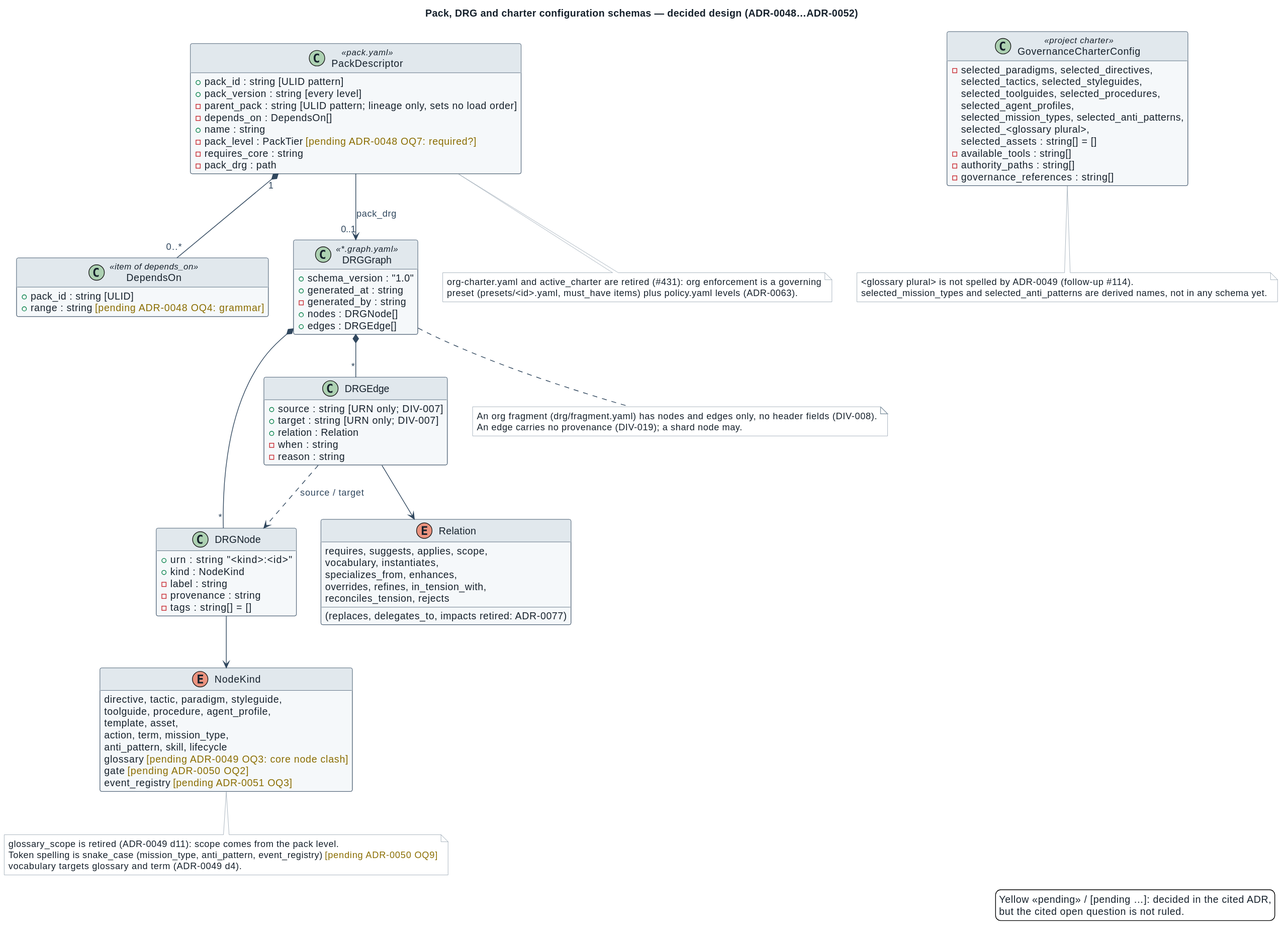
Earlier version of the PlantUML export docs/architecture/diagrams/descriptor-governance.svg (spec-kitty/spec-kitty-charter).
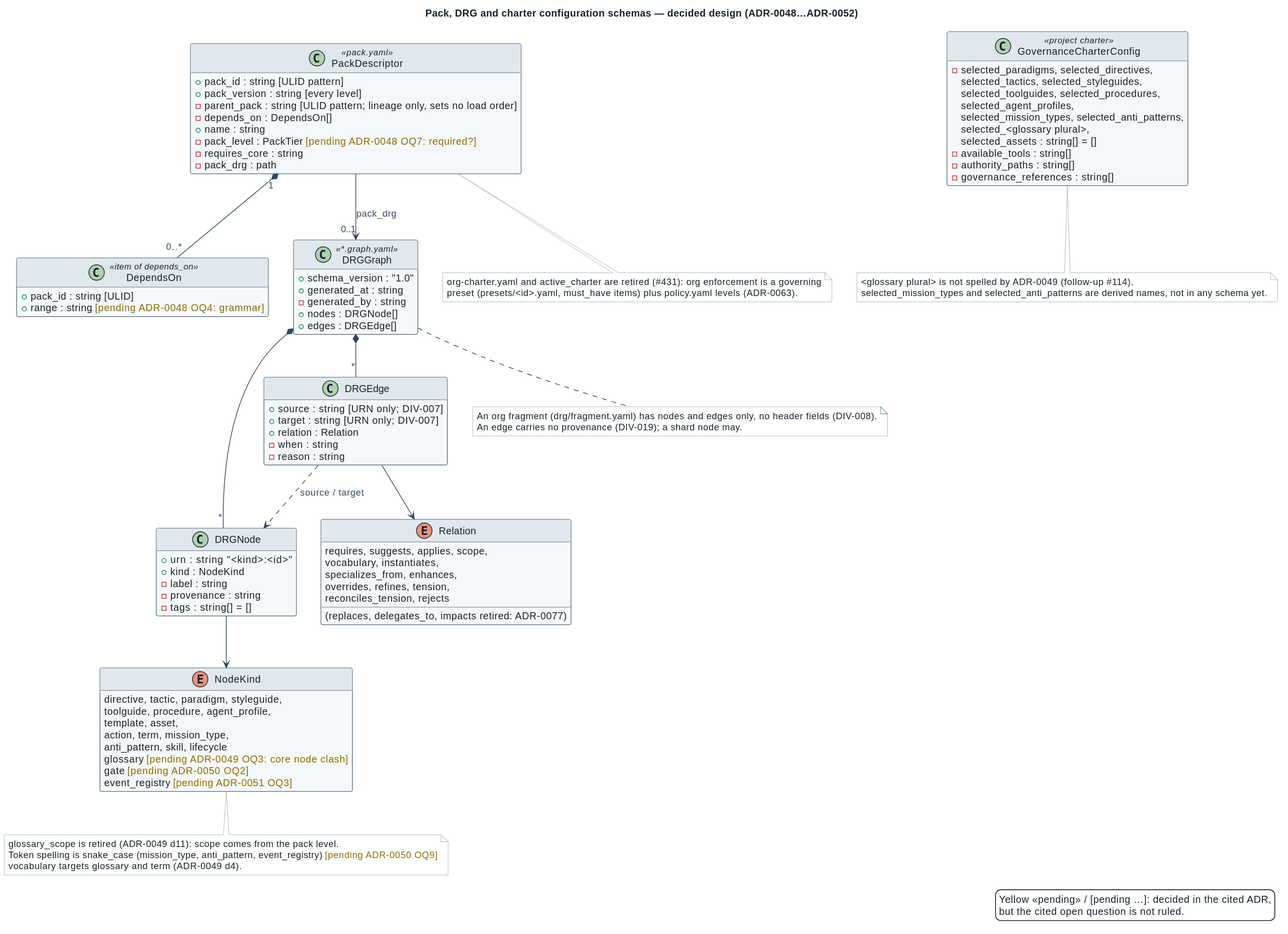
The same file after the commit.

Change to the diagram source:
```diff
@@ -51,7 +51,7 @@
   requires, suggests, applies, scope,
   vocabulary, instantiates,
   specializes_from, enhances,
-  overrides, refines, in_tension_with,
+  overrides, refines, tension,
   reconciles_tension, rejects
   (replaces, delegates_to, impacts retired: ADR-0077)
 }
```
